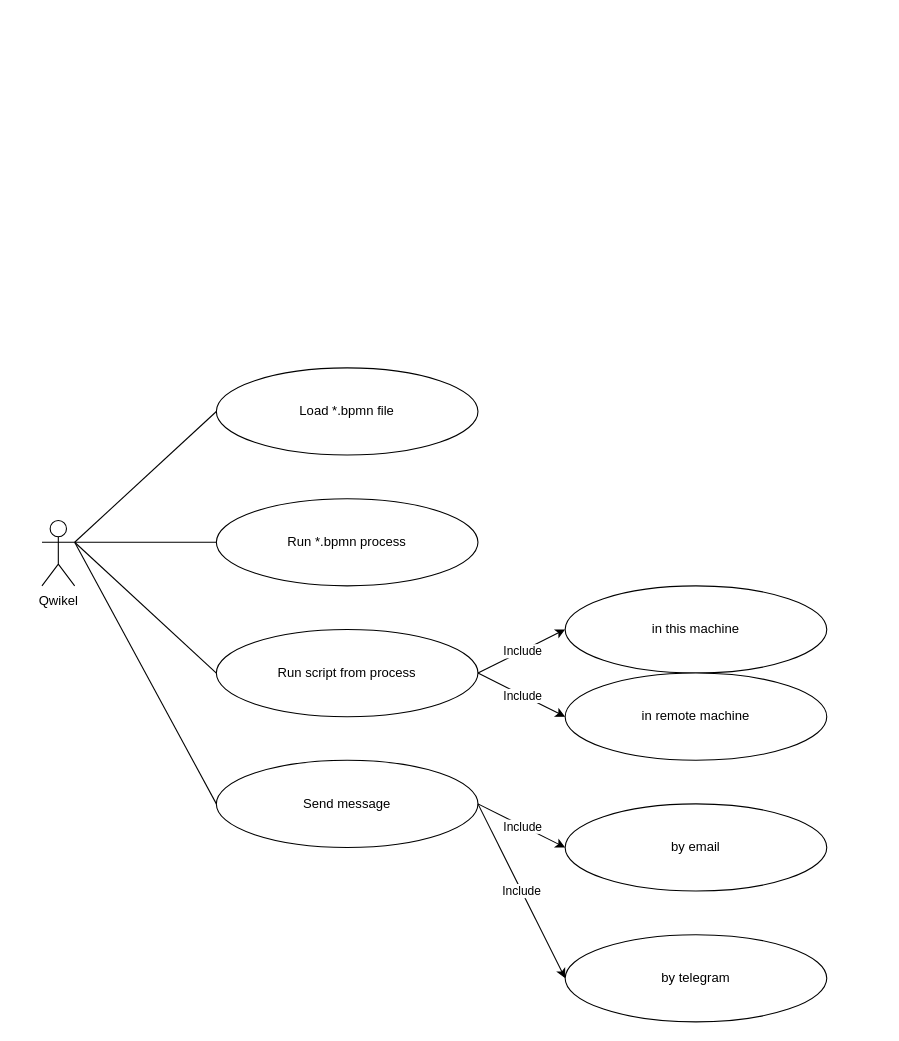
Earlier version of the draw.io diagram diagram/UseCase.drawio (arefulongit/Quickel). Source tidied: cells renumbered, new cells numbered last; positions are measured from the earlier drawing's top-left corner, leaving out a move shared by most shapes. Both pictures are drawn from the tidied source at 109%, with x=0, y=0 at pixel (41, 367).
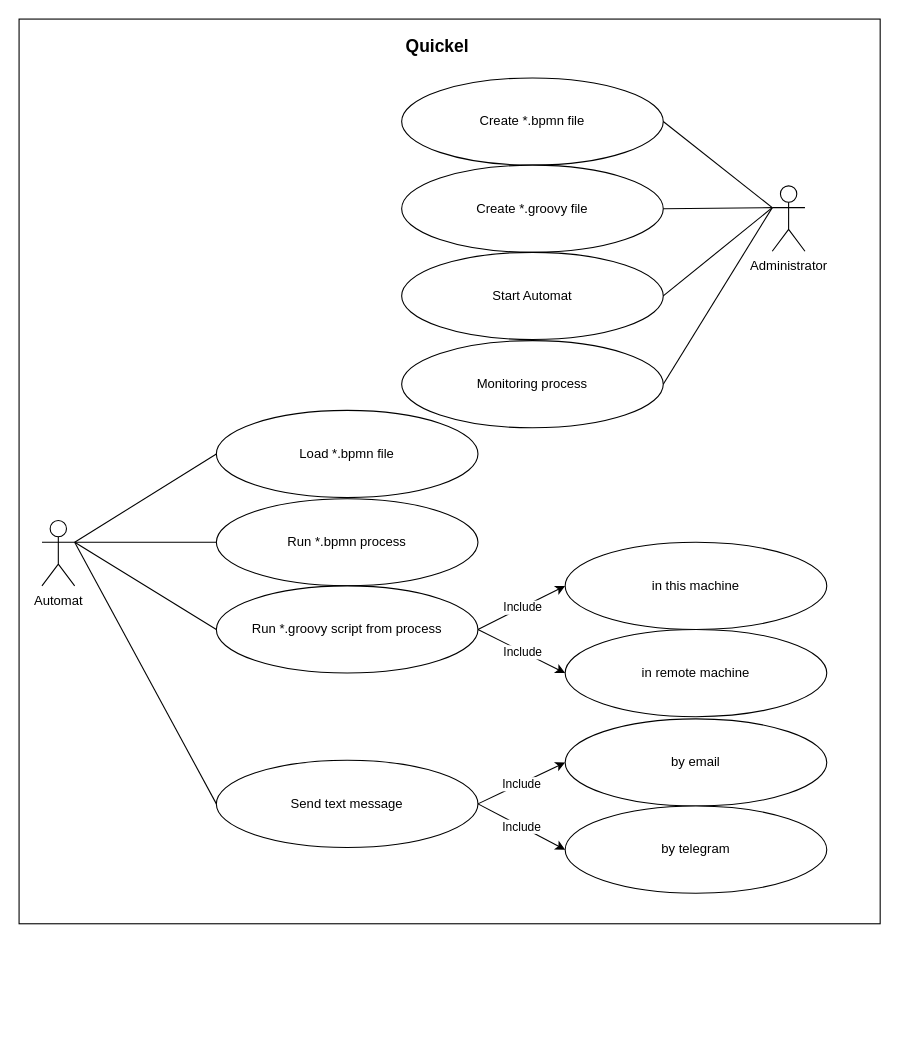
Above is the later version.

Diff of the diagram source:
```diff
@@
+    <mxCell id="23" style="rounded=0;whiteSpace=wrap;html=1;" parent="1" vertex="1">
+      <mxGeometry x="-21" y="-320" width="790" height="830" as="geometry" />
+    </mxCell>
-    <mxCell id="2" value="Qwikel" style="shape=umlActor;verticalLabelPosition=bottom;verticalAlign=top;html=1;outlineConnect=0;" parent="1" vertex="1">
+    <mxCell id="2" value="Automat" style="shape=umlActor;verticalLabelPosition=bottom;verticalAlign=top;html=1;outlineConnect=0;" parent="1" vertex="1">
       <mxGeometry y="140" width="30" height="60" as="geometry" />
     </mxCell>
     <mxCell id="3" value="Load *.bpmn file" style="ellipse;whiteSpace=wrap;html=1;" parent="1" vertex="1">
-      <mxGeometry x="160" width="240" height="80" as="geometry" />
+      <mxGeometry x="160" y="39" width="240" height="80" as="geometry" />
     </mxCell>
@@
-    <mxCell id="7" value="Run script from process" style="ellipse;whiteSpace=wrap;html=1;" parent="1" vertex="1">
-      <mxGeometry x="160" y="240" width="240" height="80" as="geometry" />
+    <mxCell id="7" value="Run *.groovy script from process" style="ellipse;whiteSpace=wrap;html=1;" parent="1" vertex="1">
+      <mxGeometry x="160" y="200" width="240" height="80" as="geometry" />
     </mxCell>
@@
     <mxCell id="11" value="in this machine" style="ellipse;whiteSpace=wrap;html=1;" parent="1" vertex="1">
-      <mxGeometry x="480" y="200" width="240" height="80" as="geometry" />
+      <mxGeometry x="480" y="160" width="240" height="80" as="geometry" />
     </mxCell>
     <mxCell id="12" value="in remote machine" style="ellipse;whiteSpace=wrap;html=1;" parent="1" vertex="1">
-      <mxGeometry x="480" y="280" width="240" height="80" as="geometry" />
+      <mxGeometry x="480" y="240" width="240" height="80" as="geometry" />
     </mxCell>
@@
-    <mxCell id="15" value="Send message" style="ellipse;whiteSpace=wrap;html=1;" parent="1" vertex="1">
+    <mxCell id="15" value="Send text message" style="ellipse;whiteSpace=wrap;html=1;" parent="1" vertex="1">
       <mxGeometry x="160" y="360" width="240" height="80" as="geometry" />
     </mxCell>
@@
     <mxCell id="17" value="by email" style="ellipse;whiteSpace=wrap;html=1;" parent="1" vertex="1">
-      <mxGeometry x="480" y="400" width="240" height="80" as="geometry" />
+      <mxGeometry x="480" y="322" width="240" height="80" as="geometry" />
     </mxCell>
@@
     <mxCell id="22" value="by telegram" style="ellipse;whiteSpace=wrap;html=1;" parent="1" vertex="1">
-      <mxGeometry x="480" y="520" width="240" height="80" as="geometry" />
+      <mxGeometry x="480" y="402" width="240" height="80" as="geometry" />
     </mxCell>
+    <mxCell id="24" value="&lt;font size=&quot;1&quot;&gt;&lt;b style=&quot;font-size: 16px&quot;&gt;Quickel&lt;/b&gt;&lt;/font&gt;" style="text;html=1;strokeColor=none;fillColor=none;align=center;verticalAlign=middle;whiteSpace=wrap;rounded=0;" parent="1" vertex="1">
+      <mxGeometry x="343" y="-305" width="40" height="20" as="geometry" />
+    </mxCell>
+    <mxCell id="25" value="Administrator" style="shape=umlActor;verticalLabelPosition=bottom;verticalAlign=top;html=1;outlineConnect=0;" parent="1" vertex="1">
+      <mxGeometry x="670" y="-167" width="30" height="60" as="geometry" />
+    </mxCell>
+    <mxCell id="26" value="Create *.bpmn file" style="ellipse;whiteSpace=wrap;html=1;" parent="1" vertex="1">
+      <mxGeometry x="330" y="-266" width="240" height="80" as="geometry" />
+    </mxCell>
+    <mxCell id="27" style="endArrow=none;html=1;exitX=0;exitY=0.3333333333333333;exitDx=0;exitDy=0;exitPerimeter=0;entryX=1;entryY=0.5;entryDx=0;entryDy=0;" parent="1" edge="1" source="25" target="26">
+      <mxGeometry relative="1" as="geometry" />
+    </mxCell>
+    <mxCell id="28" value="Monitoring process" style="ellipse;whiteSpace=wrap;html=1;" parent="1" vertex="1">
+      <mxGeometry x="330" y="-25" width="240" height="80" as="geometry" />
+    </mxCell>
+    <mxCell id="29" style="endArrow=none;html=1;entryX=0;entryY=0.3333333333333333;entryDx=0;entryDy=0;entryPerimeter=0;exitX=1;exitY=0.5;exitDx=0;exitDy=0;" parent="1" edge="1" source="28" target="25">
+      <mxGeometry relative="1" as="geometry" />
+    </mxCell>
+    <mxCell id="30" value="Create *.groovy file" style="ellipse;whiteSpace=wrap;html=1;" parent="1" vertex="1">
+      <mxGeometry x="330" y="-186" width="240" height="80" as="geometry" />
+    </mxCell>
+    <mxCell id="31" style="endArrow=none;html=1;entryX=1;entryY=0.5;entryDx=0;entryDy=0;exitX=0;exitY=0.3333333333333333;exitDx=0;exitDy=0;exitPerimeter=0;" parent="1" edge="1" source="25" target="30">
+      <mxGeometry relative="1" as="geometry" />
+    </mxCell>
+    <mxCell id="32" value="Start Automat" style="ellipse;whiteSpace=wrap;html=1;" parent="1" vertex="1">
+      <mxGeometry x="330" y="-106" width="240" height="80" as="geometry" />
+    </mxCell>
+    <mxCell id="33" style="endArrow=none;html=1;entryX=1;entryY=0.5;entryDx=0;entryDy=0;exitX=0;exitY=0.3333333333333333;exitDx=0;exitDy=0;exitPerimeter=0;" parent="1" edge="1" source="25" target="32">
+      <mxGeometry relative="1" as="geometry" />
+    </mxCell>
```
